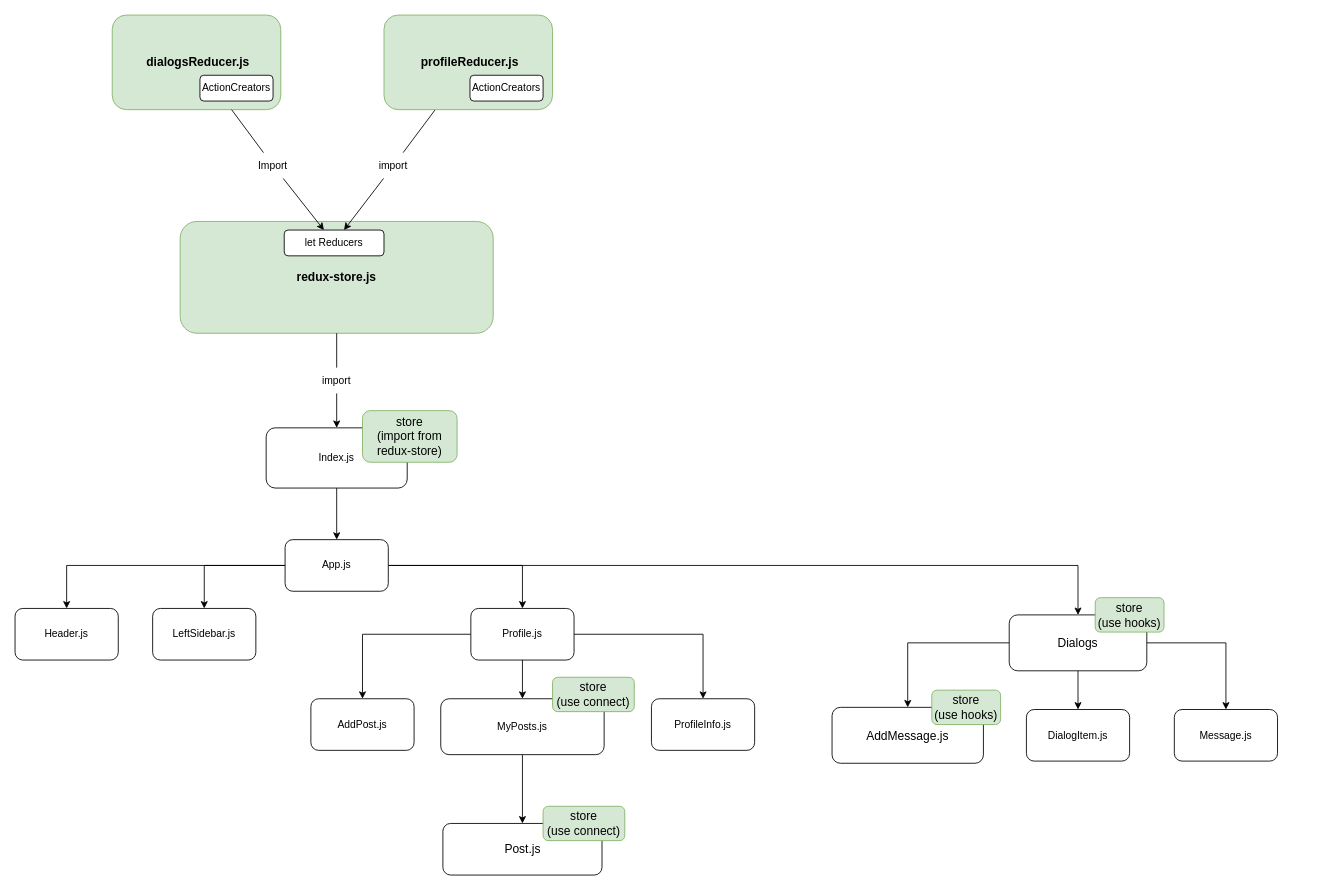
Earlier version of the draw.io diagram React-components tree.drawio (ayratkin/react-social-network). Source tidied: cells renumbered, new cells numbered last; positions are measured from the earlier drawing's top-left corner, leaving out a move shared by most shapes. Both pictures are drawn from the tidied source at 86%, with x=0, y=0 at pixel (15, 15).
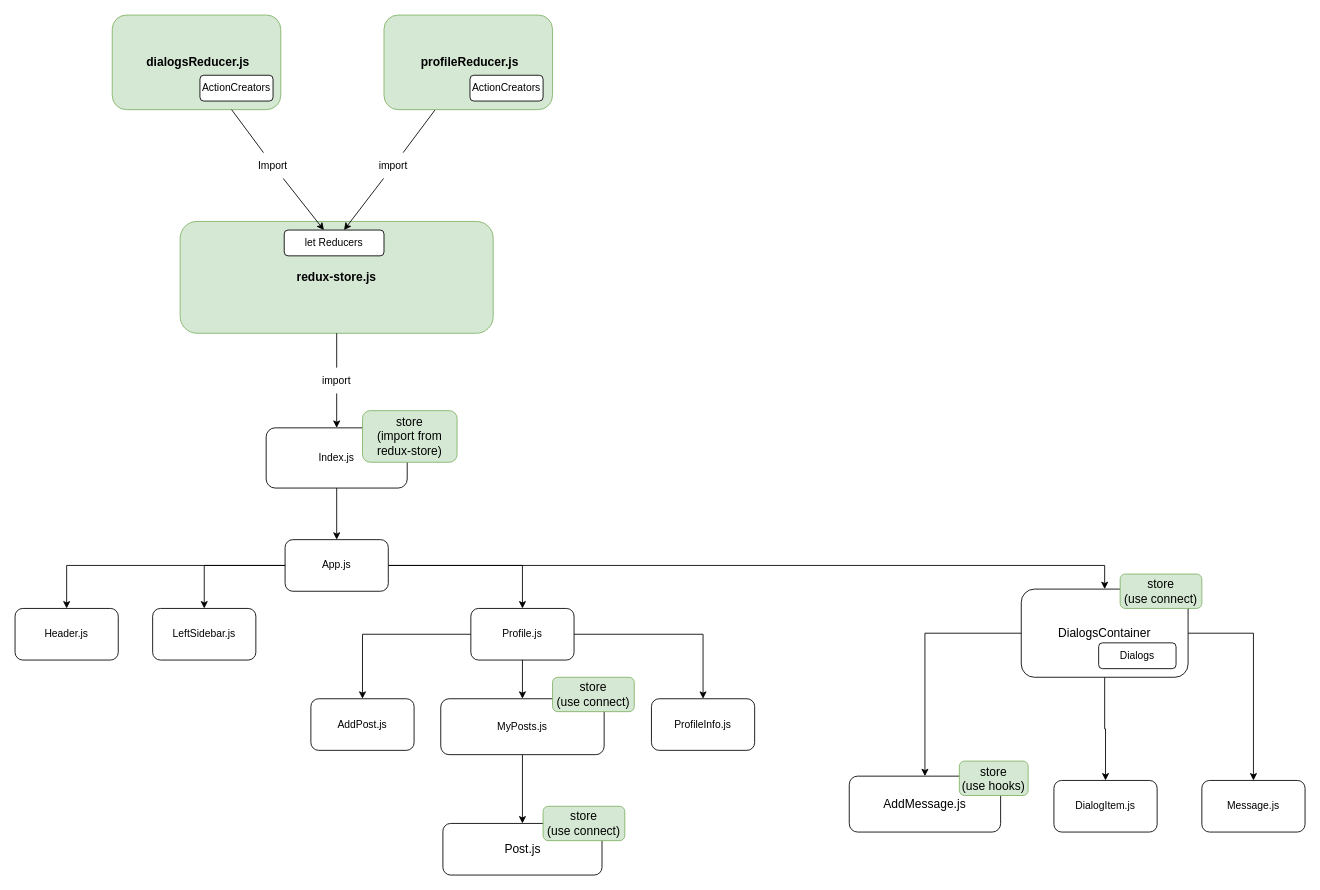
The same diagram, later.

Unchanged cells that the change refers to:
```xml
<mxCell id="8" value="App.js" style="rounded=1;whiteSpace=wrap;html=1;" parent="1" vertex="1">
  <mxGeometry x="314" y="610" width="120" height="60" as="geometry" />
</mxCell>
```

The edit, as a diff of the source:
```diff
@@
-    <mxCell id="7" style="edgeStyle=orthogonalEdgeStyle;rounded=0;jettySize=auto;html=1;" parent="1" edge="1" source="8" target="44">
+    <mxCell id="7" style="edgeStyle=orthogonalEdgeStyle;rounded=0;jettySize=auto;html=1;entryX=0.5;entryY=0;entryDx=0;entryDy=0;" parent="1" edge="1" source="8" target="44">
       <mxGeometry relative="1" as="geometry" />
     </mxCell>
@@
     <mxCell id="17" value="DialogItem.js" style="rounded=1;whiteSpace=wrap;html=1;" parent="1" vertex="1">
-      <mxGeometry x="1176" y="807.5" width="120" height="60" as="geometry" />
+      <mxGeometry x="1208" y="890" width="120" height="60" as="geometry" />
     </mxCell>
     <mxCell id="18" value="Message.js" style="rounded=1;whiteSpace=wrap;html=1;" parent="1" vertex="1">
-      <mxGeometry x="1348" y="807.5" width="120" height="60" as="geometry" />
+      <mxGeometry x="1380" y="890" width="120" height="60" as="geometry" />
     </mxCell>
@@
     <mxCell id="42" value="AddMessage.js" style="rounded=1;whiteSpace=wrap;html=1;fontSize=14;" parent="1" vertex="1">
-      <mxGeometry x="950" y="805" width="176" height="65" as="geometry" />
+      <mxGeometry x="970" y="885" width="176" height="65" as="geometry" />
     </mxCell>
@@
-    <mxCell id="44" value="Dialogs" style="rounded=1;whiteSpace=wrap;html=1;fontSize=14;" parent="1" vertex="1">
-      <mxGeometry x="1156" y="697.5" width="160" height="65" as="geometry" />
+    <mxCell id="44" value="DialogsContainer" style="rounded=1;whiteSpace=wrap;html=1;fontSize=14;" parent="1" vertex="1">
+      <mxGeometry x="1170" y="667.5" width="194" height="102.5" as="geometry" />
     </mxCell>
-    <mxCell id="45" value="store&lt;br&gt;(use hooks)" style="rounded=1;whiteSpace=wrap;html=1;fontSize=14;fillColor=#d5e8d4;strokeColor=#82b366;" parent="1" vertex="1">
-      <mxGeometry x="1256" y="677.5" width="80" height="40" as="geometry" />
-    </mxCell>
@@
     <mxCell id="47" value="store&lt;br&gt;(use hooks)" style="rounded=1;whiteSpace=wrap;html=1;fontSize=14;fillColor=#d5e8d4;strokeColor=#82b366;" parent="1" vertex="1">
-      <mxGeometry x="1066" y="785" width="80" height="40" as="geometry" />
+      <mxGeometry x="1098" y="867.5" width="80" height="40" as="geometry" />
     </mxCell>
@@
+    <mxCell id="50" value="Dialogs" style="rounded=1;whiteSpace=wrap;html=1;" parent="1" vertex="1">
+      <mxGeometry x="1260" y="730" width="90" height="30" as="geometry" />
+    </mxCell>
+    <mxCell id="51" value="store&lt;br&gt;(use connect)" style="rounded=1;whiteSpace=wrap;html=1;fontSize=14;fillColor=#d5e8d4;strokeColor=#82b366;" parent="1" vertex="1">
+      <mxGeometry x="1285" y="650" width="95" height="40" as="geometry" />
+    </mxCell>
```
